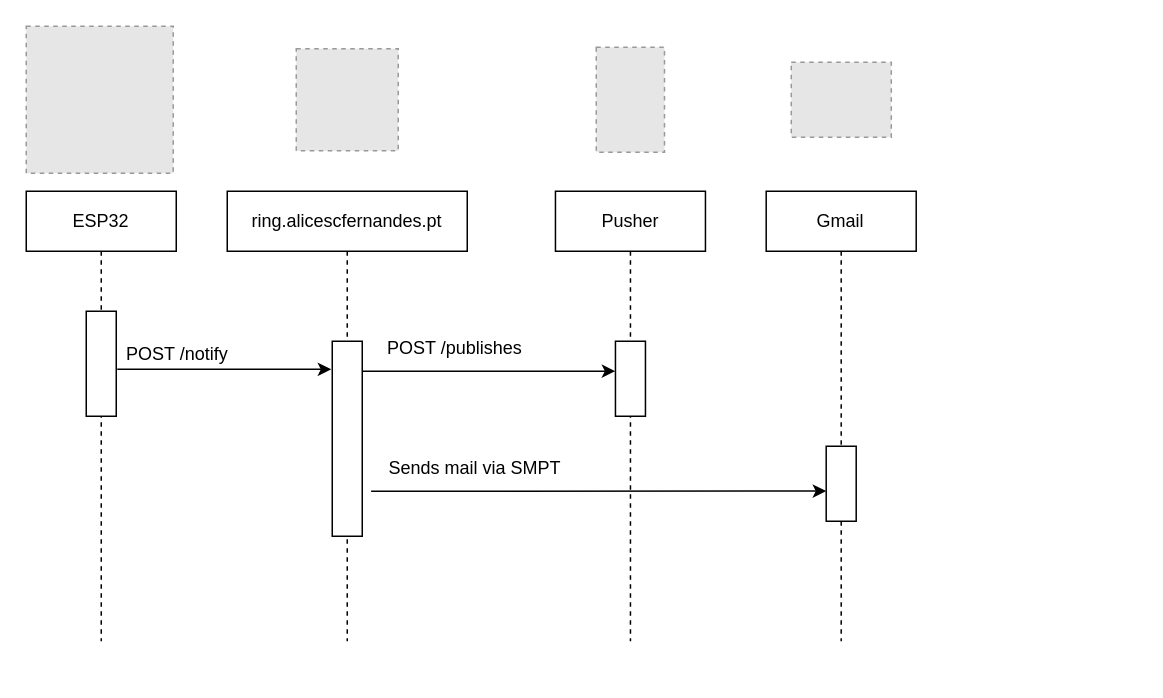
alicescfernandes/remote-doorbell keeps this draw.io diagram as page "Request Diagram" (1 of 2) of diagram.drawio. Above is the earlier version. Source tidied: cells renumbered, new cells numbered last; positions are measured from the earlier drawing's top-left corner, leaving out a move shared by most shapes. Both pictures are drawn from the tidied source at 150%, with x=0, y=0 at pixel (26, 26). Pictures stored in the file or linked from it are replaced by grey dashed boxes.
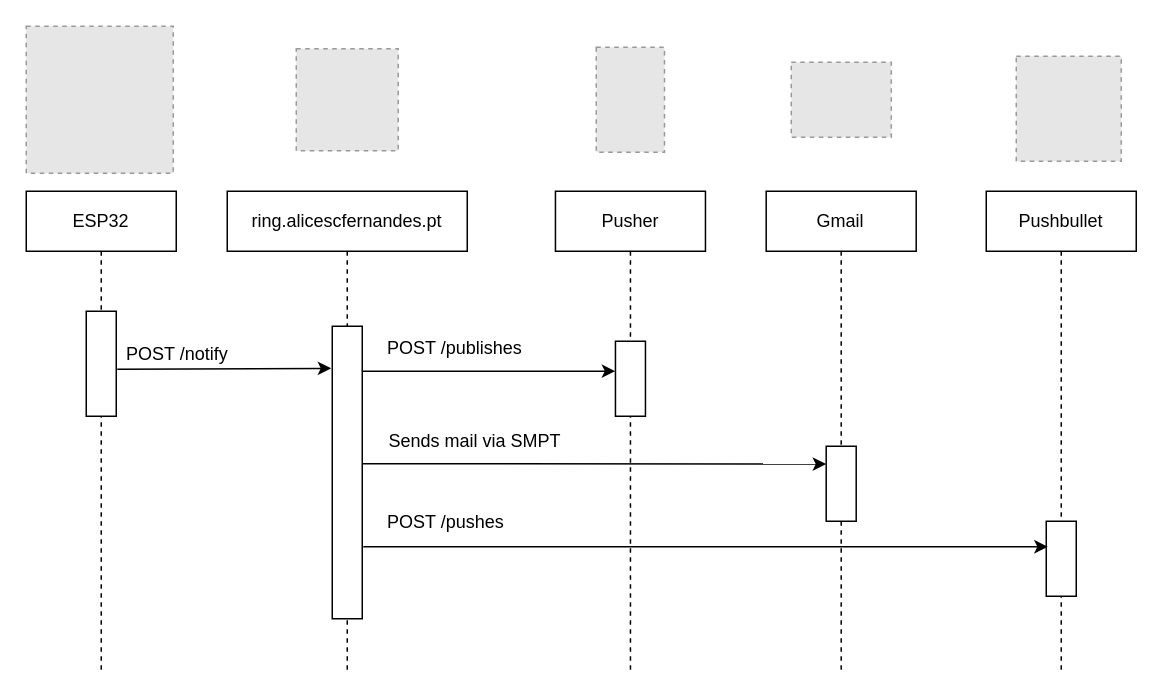
Above is the later version.

The change refers to these unchanged cells:
```xml
<mxCell id="9" style="rounded=0;whiteSpace=wrap;html=1;" parent="8" vertex="1">
  <mxGeometry x="40" y="170" width="20" height="50" as="geometry" />
</mxCell>
```

Diff of the diagram source:
```diff
@@
     <mxCell id="2" value="ESP32" style="shape=umlLifeline;perimeter=lifelinePerimeter;whiteSpace=wrap;html=1;" parent="1" vertex="1">
-      <mxGeometry y="110" width="100" height="300" as="geometry" />
+      <mxGeometry y="110" width="100" height="320" as="geometry" />
     </mxCell>
@@
     <mxCell id="4" value="ring.alicescfernandes.pt" style="shape=umlLifeline;perimeter=lifelinePerimeter;whiteSpace=wrap;html=1;" parent="1" vertex="1">
-      <mxGeometry x="134" y="110" width="160" height="300" as="geometry" />
+      <mxGeometry x="134" y="110" width="160" height="320" as="geometry" />
     </mxCell>
     <mxCell id="5" style="rounded=0;whiteSpace=wrap;html=1;" parent="4" vertex="1">
-      <mxGeometry x="70" y="100" width="20" height="130" as="geometry" />
+      <mxGeometry x="70" y="90" width="20" height="195" as="geometry" />
     </mxCell>
     <mxCell id="6" value="Pusher" style="shape=umlLifeline;perimeter=lifelinePerimeter;whiteSpace=wrap;html=1;" parent="1" vertex="1">
-      <mxGeometry x="352.8" y="110" width="100" height="300" as="geometry" />
+      <mxGeometry x="352.8" y="110" width="100" height="320" as="geometry" />
     </mxCell>
@@
     <mxCell id="8" value="Gmail" style="shape=umlLifeline;perimeter=lifelinePerimeter;whiteSpace=wrap;html=1;" parent="1" vertex="1">
-      <mxGeometry x="493.3" y="110" width="100" height="300" as="geometry" />
+      <mxGeometry x="493.3" y="110" width="100" height="320" as="geometry" />
     </mxCell>
@@
-    <mxCell id="12" style="endArrow=classic;html=1;rounded=0;exitX=0.994;exitY=0.154;exitDx=0;exitDy=0;exitPerimeter=0;entryX=0;entryY=0.598;entryDx=0;entryDy=0;entryPerimeter=0;endFill=1;" parent="1" edge="1" target="9">
+    <mxCell id="12" style="endArrow=classic;html=1;rounded=0;exitX=1;exitY=0.562;exitDx=0;exitDy=0;exitPerimeter=0;entryX=0;entryY=0.598;entryDx=0;entryDy=0;entryPerimeter=0;endFill=1;" parent="1" edge="1">
       <mxGeometry relative="1" as="geometry">
-        <mxPoint x="229.9" y="310" as="sourcePoint" />
+        <mxPoint x="224" y="291.6" as="sourcePoint" />
+        <mxPoint x="533.3" y="291.9" as="targetPoint" />
       </mxGeometry>
     </mxCell>
@@
     <mxCell id="15" value="Sends mail via SMPT" style="text;html=1;strokeColor=none;fillColor=none;align=left;verticalAlign=middle;whiteSpace=wrap;rounded=0;" parent="1" vertex="1">
-      <mxGeometry x="240" y="280" width="120" height="30" as="geometry" />
+      <mxGeometry x="240" y="262" width="120" height="30" as="geometry" />
     </mxCell>
@@
+    <mxCell id="20" style="fillColor=#E6E6E6;strokeColor=#999999;dashed=1;verticalLabelPosition=bottom;labelBackgroundColor=default;verticalAlign=top;" parent="1" vertex="1">
+      <mxGeometry x="660" y="20" width="70" height="70" as="geometry" />
+    </mxCell>
+    <mxCell id="21" value="Pushbullet" style="shape=umlLifeline;perimeter=lifelinePerimeter;whiteSpace=wrap;html=1;" parent="1" vertex="1">
+      <mxGeometry x="640" y="110" width="100" height="320" as="geometry" />
+    </mxCell>
+    <mxCell id="22" style="rounded=0;whiteSpace=wrap;html=1;" parent="21" vertex="1">
+      <mxGeometry x="40" y="220" width="20" height="50" as="geometry" />
+    </mxCell>
+    <mxCell id="23" style="endArrow=classic;html=1;rounded=0;exitX=1.033;exitY=0.774;exitDx=0;exitDy=0;exitPerimeter=0;" parent="1" edge="1">
+      <mxGeometry relative="1" as="geometry">
+        <mxPoint x="224.7" y="347" as="sourcePoint" />
+        <mxPoint x="681" y="347" as="targetPoint" />
+      </mxGeometry>
+    </mxCell>
+    <mxCell id="24" value="POST /pushes" style="text;html=1;strokeColor=none;fillColor=none;align=left;verticalAlign=middle;whiteSpace=wrap;rounded=0;" parent="1" vertex="1">
+      <mxGeometry x="239" y="316" width="110" height="30" as="geometry" />
+    </mxCell>
```
